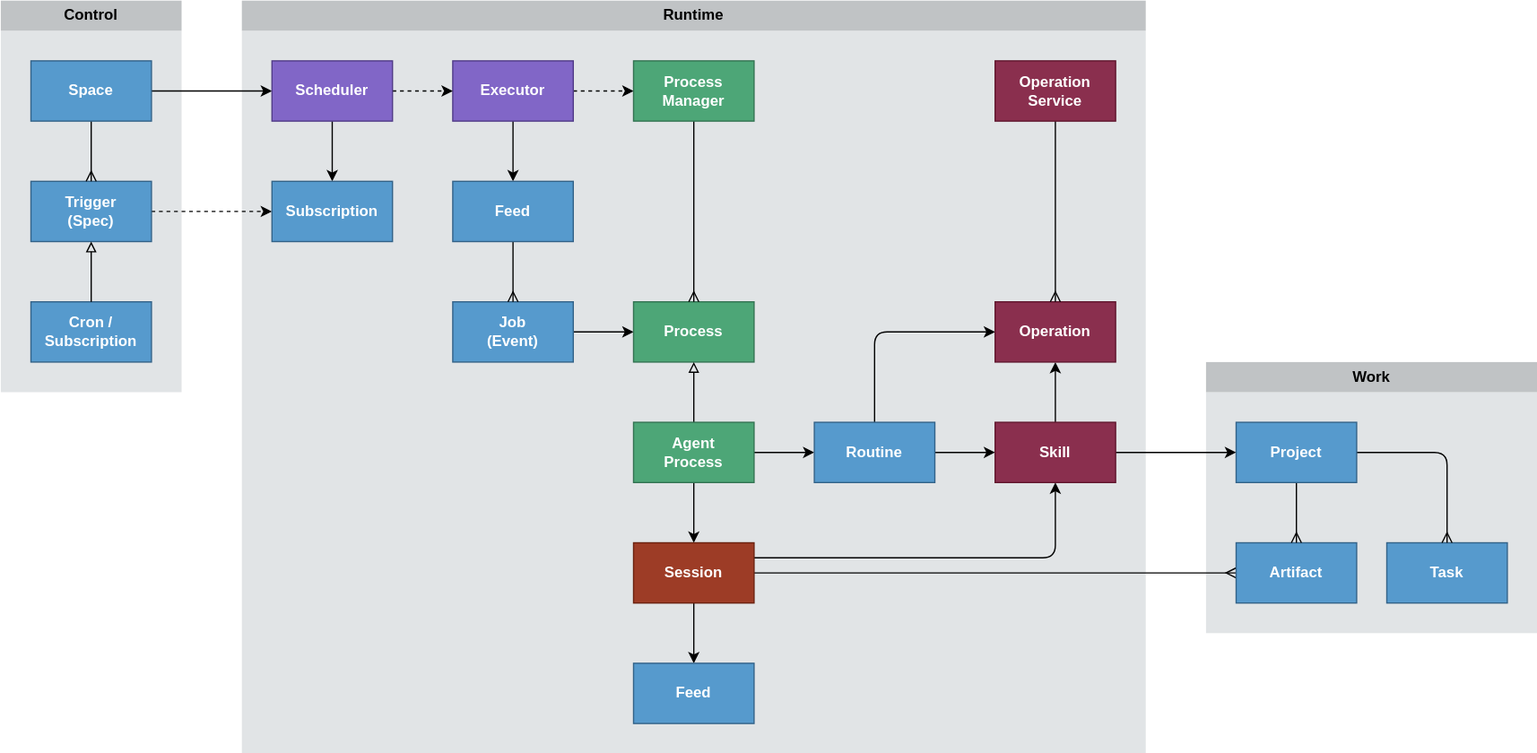
This is docs/design/diagrams/process-architecture.drawio.svg from dxos/dxos, a draw.io export, as it was before one commit. Source tidied: cells renumbered, new cells last; positions are measured from the earlier drawing's top-left corner, leaving out a move shared by most shapes.
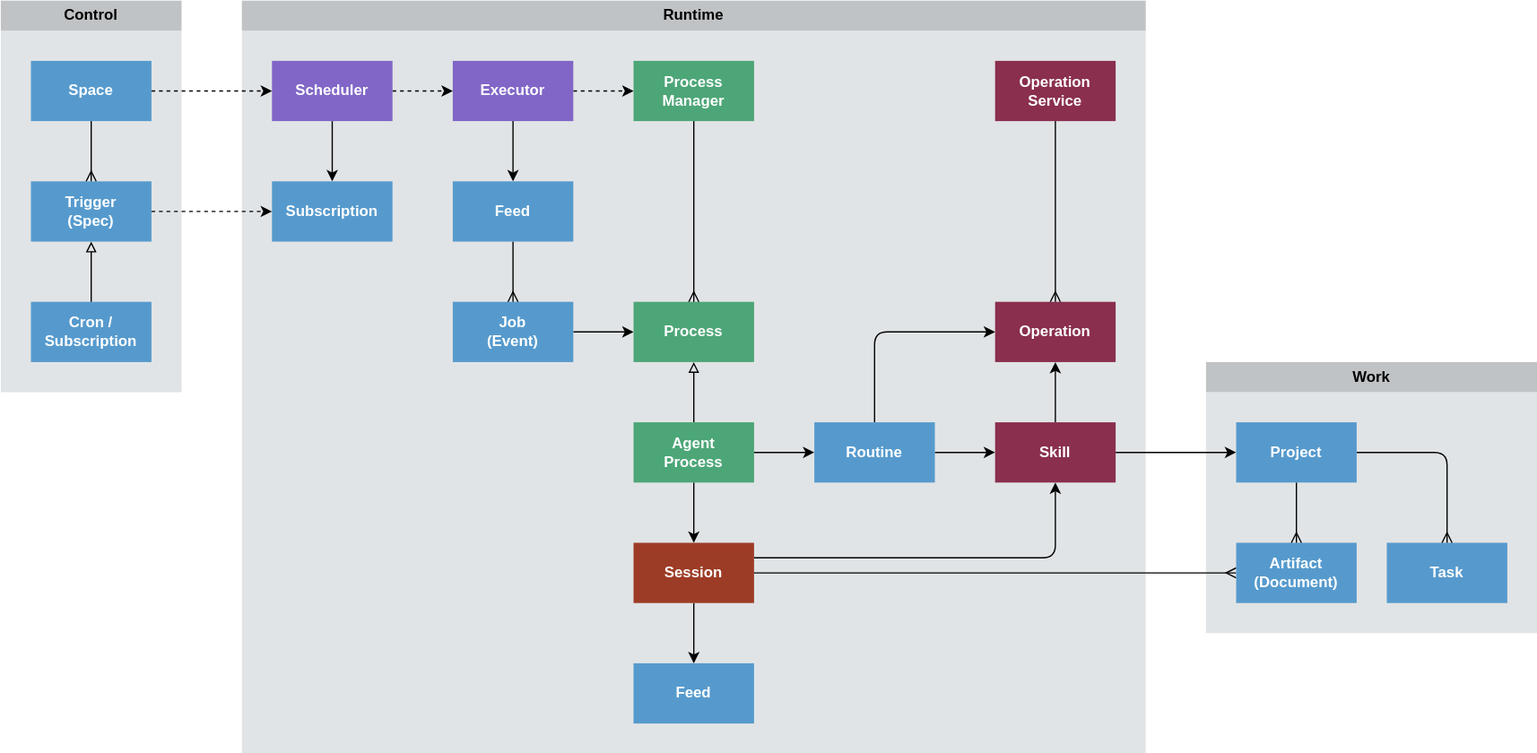
The same file after the commit.

Commit message:
docs: update process architecture schematic

The edit, as a diff of the source:
```diff
@@ -17,22 +17,22 @@
     <mxCell id="6" style="edgeStyle=none;html=1;exitX=1;exitY=0.5;exitDx=0;exitDy=0;fontStyle=1;" parent="1" edge="1" source="7" target="11">
       <mxGeometry relative="1" as="geometry" />
     </mxCell>
-    <mxCell id="7" value="Job&lt;br&gt;(Event)" style="rounded=0;whiteSpace=wrap;html=1;fillColor=#569ACD;fontColor=#FFFFFF;strokeColor=#326288;fontStyle=1;" parent="1" vertex="1">
+    <mxCell id="7" value="Job&lt;br&gt;(Event)" style="rounded=0;whiteSpace=wrap;html=1;fillColor=#569ACD;fontColor=#FFFFFF;strokeColor=none;fontStyle=1;" parent="1" vertex="1">
       <mxGeometry x="360" y="240" width="96" height="48" as="geometry" />
     </mxCell>
     <mxCell id="8" style="edgeStyle=none;html=1;exitX=1;exitY=0.5;exitDx=0;exitDy=0;dashed=1;fontStyle=1;" parent="1" edge="1" source="9" target="50">
       <mxGeometry relative="1" as="geometry" />
     </mxCell>
-    <mxCell id="9" value="Trigger&lt;br&gt;(Spec)" style="rounded=0;whiteSpace=wrap;html=1;fillColor=#569ACD;fontColor=#FFFFFF;strokeColor=#326288;fontStyle=1;" parent="1" vertex="1">
+    <mxCell id="9" value="Trigger&lt;br&gt;(Spec)" style="rounded=0;whiteSpace=wrap;html=1;fillColor=#569ACD;fontColor=#FFFFFF;strokeColor=none;fontStyle=1;" parent="1" vertex="1">
       <mxGeometry x="24" y="144" width="96" height="48" as="geometry" />
     </mxCell>
     <mxCell id="10" style="edgeStyle=none;html=1;exitX=1;exitY=0.5;exitDx=0;exitDy=0;fontStyle=1;" parent="1" edge="1" source="25" target="16">
       <mxGeometry relative="1" as="geometry" />
     </mxCell>
-    <mxCell id="11" value="Process" style="rounded=0;whiteSpace=wrap;html=1;fillColor=#4DA677;fontColor=#FFFFFF;strokeColor=#337352;fontStyle=1;" parent="1" vertex="1">
+    <mxCell id="11" value="Process" style="rounded=0;whiteSpace=wrap;html=1;fillColor=#4DA677;fontColor=#FFFFFF;strokeColor=none;fontStyle=1;" parent="1" vertex="1">
       <mxGeometry x="504" y="240" width="96" height="48" as="geometry" />
     </mxCell>
-    <mxCell id="12" value="Cron /&lt;br&gt;Subscription" style="rounded=0;whiteSpace=wrap;html=1;fillColor=#569ACD;fontColor=#FFFFFF;strokeColor=#326288;fontStyle=1;" parent="1" vertex="1">
+    <mxCell id="12" value="Cron /&lt;br&gt;Subscription" style="rounded=0;whiteSpace=wrap;html=1;fillColor=#569ACD;fontColor=#FFFFFF;strokeColor=none;fontStyle=1;" parent="1" vertex="1">
       <mxGeometry x="24" y="240" width="96" height="48" as="geometry" />
     </mxCell>
     <mxCell id="13" style="edgeStyle=none;html=1;exitX=1;exitY=0.25;exitDx=0;exitDy=0;fontStyle=1;" parent="1" edge="1" source="28" target="39">
@@ -52,7 +52,7 @@
         </Array>
       </mxGeometry>
     </mxCell>
-    <mxCell id="16" value="Routine" style="rounded=0;whiteSpace=wrap;html=1;fillColor=#569ACD;fontColor=#FFFFFF;strokeColor=#326288;fontStyle=1;" parent="1" vertex="1">
+    <mxCell id="16" value="Routine" style="rounded=0;whiteSpace=wrap;html=1;fillColor=#569ACD;fontColor=#FFFFFF;strokeColor=none;fontStyle=1;" parent="1" vertex="1">
       <mxGeometry x="648" y="336" width="96" height="48" as="geometry" />
     </mxCell>
     <mxCell id="17" style="edgeStyle=none;html=1;endArrow=ERmany;endFill=0;fontStyle=1;" parent="1" edge="1" source="46" target="7">
@@ -61,16 +61,16 @@
     <mxCell id="18" style="edgeStyle=none;html=1;exitX=0.5;exitY=1;exitDx=0;exitDy=0;fontStyle=1;" parent="1" edge="1" source="19" target="46">
       <mxGeometry relative="1" as="geometry" />
     </mxCell>
-    <mxCell id="19" value="Executor" style="rounded=0;whiteSpace=wrap;html=1;fillColor=#8166C7;fontColor=#FFFFFF;strokeColor=#513B88;fontStyle=1;" parent="1" vertex="1">
+    <mxCell id="19" value="Executor" style="rounded=0;whiteSpace=wrap;html=1;fillColor=#8166C7;fontColor=#FFFFFF;strokeColor=none;fontStyle=1;" parent="1" vertex="1">
       <mxGeometry x="360" y="48" width="96" height="48" as="geometry" />
     </mxCell>
     <mxCell id="20" style="edgeStyle=none;html=1;endArrow=ERmany;endFill=0;fontStyle=1;" parent="1" edge="1" source="22" target="9">
       <mxGeometry relative="1" as="geometry" />
     </mxCell>
-    <mxCell id="21" style="edgeStyle=none;html=1;exitX=1;exitY=0.5;exitDx=0;exitDy=0;fontStyle=1;" parent="1" edge="1" source="22" target="49">
+    <mxCell id="21" style="edgeStyle=none;html=1;exitX=1;exitY=0.5;exitDx=0;exitDy=0;fontStyle=1;dashed=1;" parent="1" edge="1" source="22" target="49">
       <mxGeometry relative="1" as="geometry" />
     </mxCell>
-    <mxCell id="22" value="Space" style="rounded=0;whiteSpace=wrap;html=1;fillColor=#569ACD;fontColor=#FFFFFF;strokeColor=#326288;fontStyle=1;" parent="1" vertex="1">
+    <mxCell id="22" value="Space" style="rounded=0;whiteSpace=wrap;html=1;fillColor=#569ACD;fontColor=#FFFFFF;strokeColor=none;fontStyle=1;" parent="1" vertex="1">
       <mxGeometry x="24" y="48" width="96" height="48" as="geometry" />
     </mxCell>
     <mxCell id="23" style="edgeStyle=none;html=1;exitX=0.5;exitY=0;exitDx=0;exitDy=0;endArrow=block;endFill=0;fontStyle=1;" parent="1" edge="1" source="25" target="11">
@@ -79,7 +79,7 @@
     <mxCell id="24" style="edgeStyle=none;html=1;exitX=0.5;exitY=1;exitDx=0;exitDy=0;fontStyle=1;" parent="1" edge="1" source="25" target="28">
       <mxGeometry relative="1" as="geometry" />
     </mxCell>
-    <mxCell id="25" value="Agent&lt;br&gt;Process" style="rounded=0;whiteSpace=wrap;html=1;fillColor=#4DA677;fontColor=#FFFFFF;strokeColor=#337352;fontStyle=1;" parent="1" vertex="1">
+    <mxCell id="25" value="Agent&lt;br&gt;Process" style="rounded=0;whiteSpace=wrap;html=1;fillColor=#4DA677;fontColor=#FFFFFF;strokeColor=none;fontStyle=1;" parent="1" vertex="1">
       <mxGeometry x="504" y="336" width="96" height="48" as="geometry" />
     </mxCell>
     <mxCell id="26" style="edgeStyle=none;html=1;exitX=0.5;exitY=1;exitDx=0;exitDy=0;fontStyle=1;" parent="1" edge="1" source="28" target="29">
@@ -88,22 +88,22 @@
     <mxCell id="27" style="edgeStyle=none;html=1;exitX=1;exitY=0.5;exitDx=0;exitDy=0;endArrow=ERmany;endFill=0;fontStyle=1;" parent="1" edge="1" source="28" target="30">
       <mxGeometry relative="1" as="geometry" />
     </mxCell>
-    <mxCell id="28" value="Session" style="rounded=0;whiteSpace=wrap;html=1;fillColor=#9D3C26;fontColor=#FFFFFF;strokeColor=#6B2210;fontStyle=1;" parent="1" vertex="1">
+    <mxCell id="28" value="Session" style="rounded=0;whiteSpace=wrap;html=1;fillColor=#9D3C26;fontColor=#FFFFFF;strokeColor=none;fontStyle=1;" parent="1" vertex="1">
       <mxGeometry x="504" y="432" width="96" height="48" as="geometry" />
     </mxCell>
-    <mxCell id="29" value="Feed" style="rounded=0;whiteSpace=wrap;html=1;fillColor=#569ACD;fontColor=#FFFFFF;strokeColor=#326288;fontStyle=1;" parent="1" vertex="1">
+    <mxCell id="29" value="Feed" style="rounded=0;whiteSpace=wrap;html=1;fillColor=#569ACD;fontColor=#FFFFFF;strokeColor=none;fontStyle=1;" parent="1" vertex="1">
       <mxGeometry x="504" y="528" width="96" height="48" as="geometry" />
     </mxCell>
-    <mxCell id="30" value="Artifact" style="rounded=0;whiteSpace=wrap;html=1;fillColor=#569ACD;fontColor=#FFFFFF;strokeColor=#326288;fontStyle=1;" parent="1" vertex="1">
+    <mxCell id="30" value="Artifact&lt;br&gt;(Document)" style="rounded=0;whiteSpace=wrap;html=1;fillColor=#569ACD;fontColor=#FFFFFF;strokeColor=none;fontStyle=1;" parent="1" vertex="1">
       <mxGeometry x="984" y="432" width="96" height="48" as="geometry" />
     </mxCell>
-    <mxCell id="31" value="Task" style="rounded=0;whiteSpace=wrap;html=1;fillColor=#569ACD;fontColor=#FFFFFF;strokeColor=#326288;fontStyle=1;" parent="1" vertex="1">
+    <mxCell id="31" value="Task" style="rounded=0;whiteSpace=wrap;html=1;fillColor=#569ACD;fontColor=#FFFFFF;strokeColor=none;fontStyle=1;" parent="1" vertex="1">
       <mxGeometry x="1104" y="432" width="96" height="48" as="geometry" />
     </mxCell>
     <mxCell id="32" style="edgeStyle=none;html=1;exitX=0.5;exitY=1;exitDx=0;exitDy=0;endArrow=ERmany;endFill=0;fontStyle=1;" parent="1" edge="1" source="33" target="11">
       <mxGeometry relative="1" as="geometry" />
     </mxCell>
-    <mxCell id="33" value="Process&lt;br&gt;Manager" style="rounded=0;whiteSpace=wrap;html=1;fillColor=#4DA677;fontColor=#FFFFFF;strokeColor=#337352;fontStyle=1;" parent="1" vertex="1">
+    <mxCell id="33" value="Process&lt;br&gt;Manager" style="rounded=0;whiteSpace=wrap;html=1;fillColor=#4DA677;fontColor=#FFFFFF;strokeColor=none;fontStyle=1;" parent="1" vertex="1">
       <mxGeometry x="504" y="48" width="96" height="48" as="geometry" />
     </mxCell>
     <mxCell id="34" style="edgeStyle=none;html=1;exitX=0.5;exitY=1;exitDx=0;exitDy=0;endArrow=ERmany;endFill=0;fontStyle=1;" parent="1" edge="1" source="36" target="30">
@@ -116,7 +116,7 @@
         </Array>
       </mxGeometry>
     </mxCell>
-    <mxCell id="36" value="Project" style="rounded=0;whiteSpace=wrap;html=1;fillColor=#569ACD;fontColor=#FFFFFF;strokeColor=#326288;fontStyle=1;" parent="1" vertex="1">
+    <mxCell id="36" value="Project" style="rounded=0;whiteSpace=wrap;html=1;fillColor=#569ACD;fontColor=#FFFFFF;strokeColor=none;fontStyle=1;" parent="1" vertex="1">
       <mxGeometry x="984" y="336" width="96" height="48" as="geometry" />
     </mxCell>
     <mxCell id="37" style="edgeStyle=none;html=1;fontStyle=1;" parent="1" edge="1" source="39" target="36">
@@ -125,10 +125,10 @@
     <mxCell id="38" style="edgeStyle=none;html=1;fontStyle=1;" parent="1" edge="1" source="39" target="40">
       <mxGeometry relative="1" as="geometry" />
     </mxCell>
-    <mxCell id="39" value="Skill" style="rounded=0;whiteSpace=wrap;html=1;fillColor=#8A2F4E;fontColor=#FFFFFF;strokeColor=#60162D;fontStyle=1;" parent="1" vertex="1">
+    <mxCell id="39" value="Skill" style="rounded=0;whiteSpace=wrap;html=1;fillColor=#8A2F4E;fontColor=#FFFFFF;strokeColor=none;fontStyle=1;" parent="1" vertex="1">
       <mxGeometry x="792" y="336" width="96" height="48" as="geometry" />
     </mxCell>
-    <mxCell id="40" value="Operation" style="rounded=0;whiteSpace=wrap;html=1;fillColor=#8A2F4E;fontColor=#FFFFFF;strokeColor=#60162D;fontStyle=1;" parent="1" vertex="1">
+    <mxCell id="40" value="Operation" style="rounded=0;whiteSpace=wrap;html=1;fillColor=#8A2F4E;fontColor=#FFFFFF;strokeColor=none;fontStyle=1;" parent="1" vertex="1">
       <mxGeometry x="792" y="240" width="96" height="48" as="geometry" />
     </mxCell>
     <mxCell id="41" value="Control" style="rounded=0;whiteSpace=wrap;html=1;fillColor=#C0C3C5;dashed=1;fontColor=#000000;strokeColor=none;fontStyle=1;" parent="1" vertex="1">
@@ -143,10 +143,10 @@
     <mxCell id="44" style="edgeStyle=none;html=1;endArrow=ERmany;endFill=0;fontStyle=1;" parent="1" edge="1" source="45" target="40">
       <mxGeometry relative="1" as="geometry" />
     </mxCell>
-    <mxCell id="45" value="Operation&lt;br&gt;Service" style="rounded=0;whiteSpace=wrap;html=1;fillColor=#8A2F4E;fontColor=#FFFFFF;strokeColor=#60162D;fontStyle=1;" parent="1" vertex="1">
+    <mxCell id="45" value="Operation&lt;br&gt;Service" style="rounded=0;whiteSpace=wrap;html=1;fillColor=#8A2F4E;fontColor=#FFFFFF;strokeColor=none;fontStyle=1;" parent="1" vertex="1">
       <mxGeometry x="792" y="48" width="96" height="48" as="geometry" />
     </mxCell>
-    <mxCell id="46" value="Feed" style="rounded=0;whiteSpace=wrap;html=1;fillColor=#569ACD;fontColor=#FFFFFF;strokeColor=#326288;fontStyle=1;" parent="1" vertex="1">
+    <mxCell id="46" value="Feed" style="rounded=0;whiteSpace=wrap;html=1;fillColor=#569ACD;fontColor=#FFFFFF;strokeColor=none;fontStyle=1;" parent="1" vertex="1">
       <mxGeometry x="360" y="144" width="96" height="48" as="geometry" />
     </mxCell>
     <mxCell id="47" style="edgeStyle=none;html=1;exitX=1;exitY=0.5;exitDx=0;exitDy=0;dashed=1;fontStyle=1;" parent="1" edge="1" source="49" target="19">
@@ -155,10 +155,10 @@
     <mxCell id="48" style="edgeStyle=none;html=1;exitX=0.5;exitY=1;exitDx=0;exitDy=0;fontStyle=1;" parent="1" edge="1" source="49" target="50">
       <mxGeometry relative="1" as="geometry" />
     </mxCell>
-    <mxCell id="49" value="Scheduler" style="rounded=0;whiteSpace=wrap;html=1;fillColor=#8166C7;fontColor=#FFFFFF;strokeColor=#513B88;fontStyle=1;" parent="1" vertex="1">
+    <mxCell id="49" value="Scheduler" style="rounded=0;whiteSpace=wrap;html=1;fillColor=#8166C7;fontColor=#FFFFFF;strokeColor=none;fontStyle=1;" parent="1" vertex="1">
       <mxGeometry x="216" y="48" width="96" height="48" as="geometry" />
     </mxCell>
-    <mxCell id="50" value="Subscription" style="rounded=0;whiteSpace=wrap;html=1;fillColor=#569ACD;fontColor=#FFFFFF;strokeColor=#326288;fontStyle=1;" parent="1" vertex="1">
+    <mxCell id="50" value="Subscription" style="rounded=0;whiteSpace=wrap;html=1;fillColor=#569ACD;fontColor=#FFFFFF;strokeColor=none;fontStyle=1;" parent="1" vertex="1">
       <mxGeometry x="216" y="144" width="96" height="48" as="geometry" />
     </mxCell>
     <mxCell id="51" style="edgeStyle=none;html=1;endArrow=block;endFill=0;fontStyle=1;" parent="1" edge="1" source="12" target="9">
```
